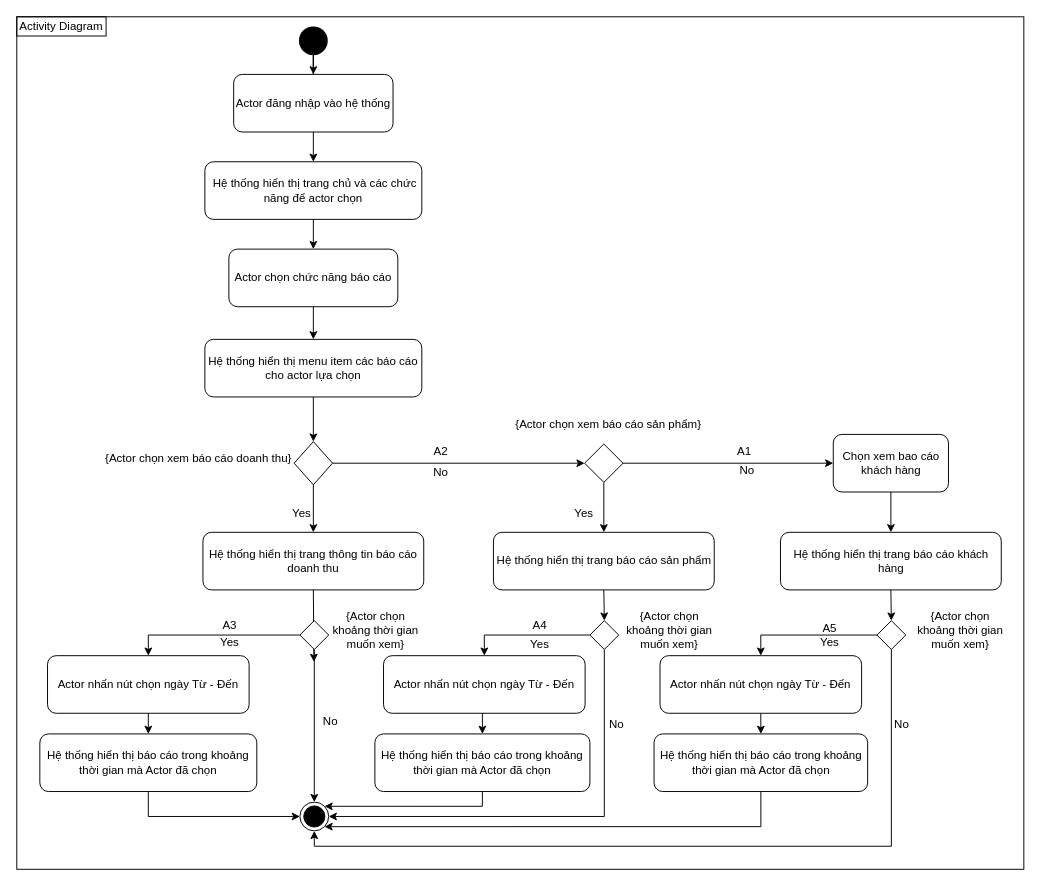
CNPM-Team-1/CNPM keeps this draw.io diagram as Thiết kế/Activity/Báo cáo v2.drawio. Above is the earlier version. Source tidied: cells renumbered, new cells numbered last; positions are measured from the earlier drawing's top-left corner, leaving out a move shared by most shapes. Both pictures are drawn from the tidied source at 96%, with x=0, y=0 at pixel (16, 16).
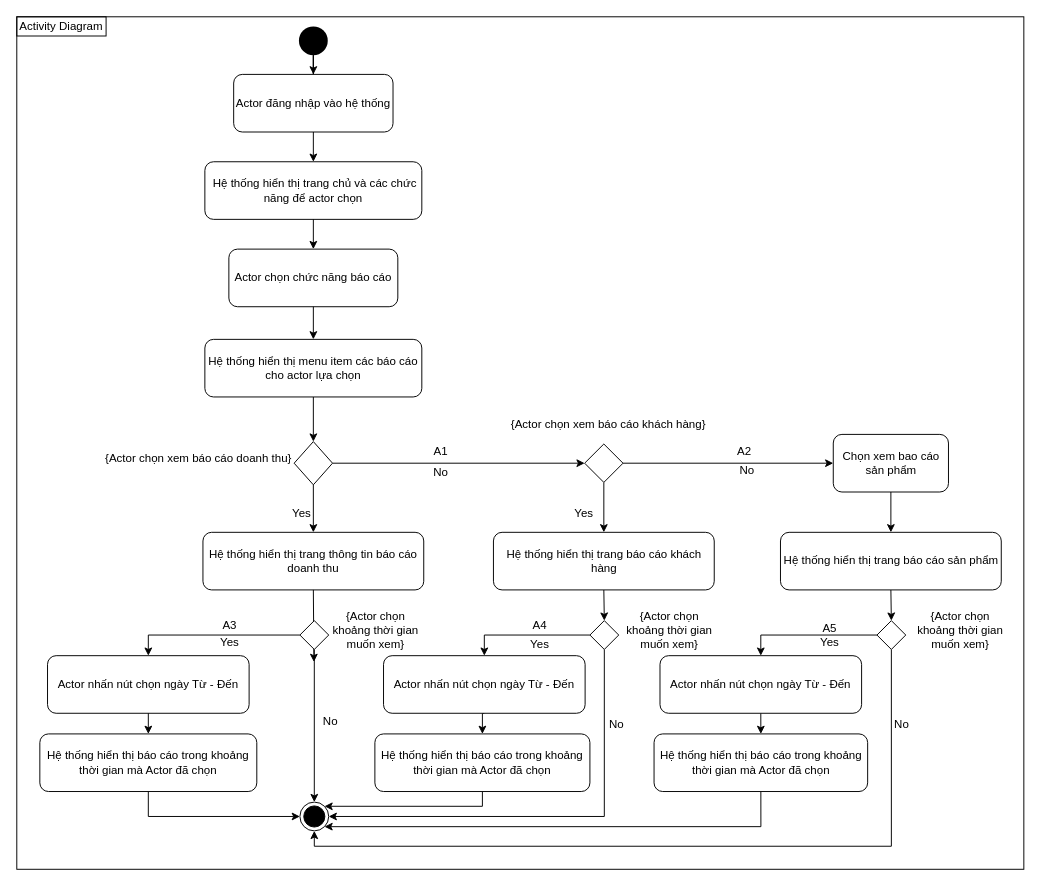
The same page after the edit.

Change to the diagram source:
```diff
@@
-    <mxCell id="18" value="Chọn xem bao cáo khách hàng" style="rounded=1;whiteSpace=wrap;html=1;" parent="1" vertex="1">
+    <mxCell id="18" value="Chọn xem bao cáo sản phẩm" style="rounded=1;whiteSpace=wrap;html=1;" parent="1" vertex="1">
       <mxGeometry x="850.5" y="435" width="120" height="60" as="geometry" />
     </mxCell>
@@
-    <mxCell id="24" value="{Actor chọn xem báo cáo sản phẩm}" style="text;html=1;strokeColor=none;fillColor=none;align=center;verticalAlign=middle;whiteSpace=wrap;rounded=0;" parent="1" vertex="1">
+    <mxCell id="24" value="{Actor chọn xem báo cáo khách hàng}" style="text;html=1;strokeColor=none;fillColor=none;align=center;verticalAlign=middle;whiteSpace=wrap;rounded=0;" parent="1" vertex="1">
       <mxGeometry x="511.5" y="415" width="209" height="20" as="geometry" />
     </mxCell>
@@
-    <mxCell id="38" value="Hệ thống hiển thị trang báo cáo sản phẩm" style="rounded=1;whiteSpace=wrap;html=1;" parent="1" vertex="1">
+    <mxCell id="38" value="Hệ thống hiển thị trang báo cáo khách hàng" style="rounded=1;whiteSpace=wrap;html=1;" parent="1" vertex="1">
       <mxGeometry x="496.5" y="537" width="230" height="60" as="geometry" />
     </mxCell>
@@
-    <mxCell id="45" value="Hệ thống hiển thị trang báo cáo khách hàng" style="rounded=1;whiteSpace=wrap;html=1;" parent="1" vertex="1">
+    <mxCell id="45" value="Hệ thống hiển thị trang báo cáo sản phẩm" style="rounded=1;whiteSpace=wrap;html=1;" parent="1" vertex="1">
       <mxGeometry x="795.5" y="537" width="230" height="60" as="geometry" />
     </mxCell>
@@
-    <mxCell id="53" value="A2" style="text;html=1;strokeColor=none;fillColor=none;align=center;verticalAlign=middle;whiteSpace=wrap;rounded=0;" parent="1" vertex="1">
+    <mxCell id="53" value="A1" style="text;html=1;strokeColor=none;fillColor=none;align=center;verticalAlign=middle;whiteSpace=wrap;rounded=0;" parent="1" vertex="1">
       <mxGeometry x="422.4" y="442.5" width="40" height="20" as="geometry" />
     </mxCell>
-    <mxCell id="54" value="A1" style="text;html=1;strokeColor=none;fillColor=none;align=center;verticalAlign=middle;whiteSpace=wrap;rounded=0;" parent="1" vertex="1">
+    <mxCell id="54" value="A2" style="text;html=1;strokeColor=none;fillColor=none;align=center;verticalAlign=middle;whiteSpace=wrap;rounded=0;" parent="1" vertex="1">
       <mxGeometry x="737.5" y="442.5" width="40" height="20" as="geometry" />
     </mxCell>
```
